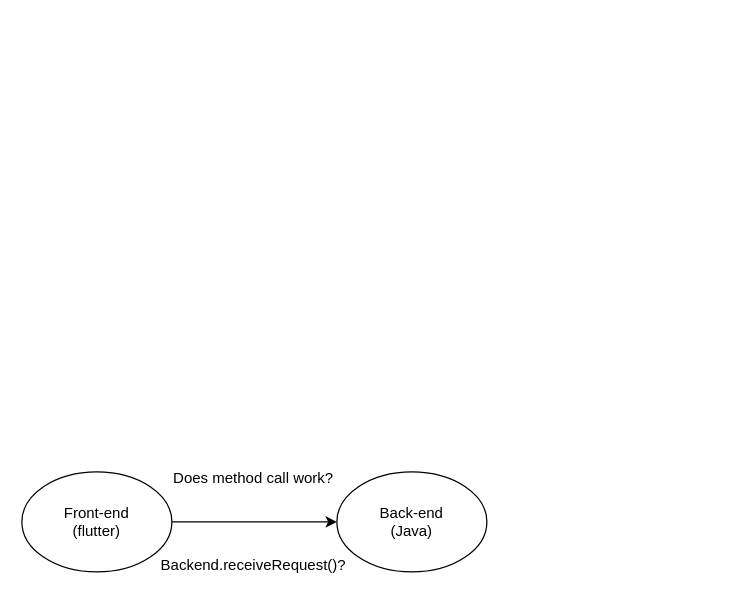
mohsenkamini/SBU_AP_Project_Java keeps this draw.io diagram as API Diagrams.drawio. Above is the earlier version. Source tidied: cells renumbered, new cells numbered last; positions are measured from the earlier drawing's top-left corner, leaving out a move shared by most shapes. Both pictures are drawn from the tidied source at 125%, with x=0, y=0 at pixel (21, 459).
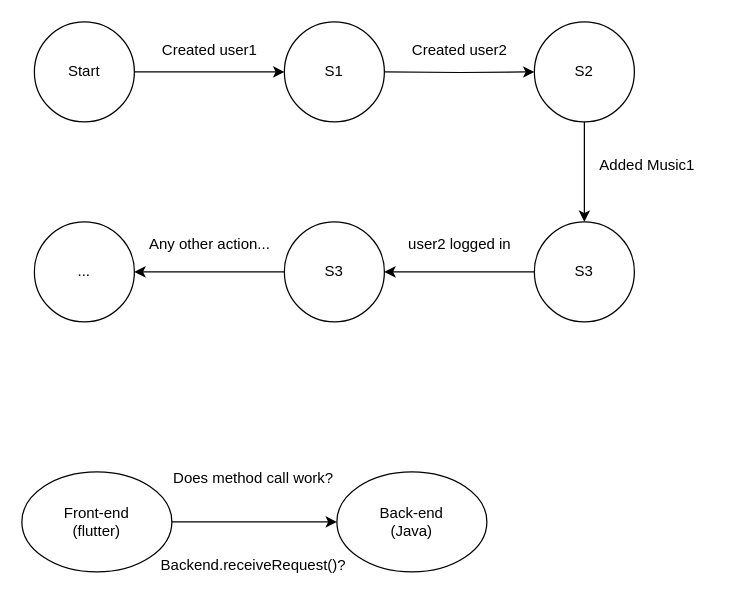
Above is the later version.

The edit, as a diff of the source:
```diff
@@
+    <mxCell id="7" style="edgeStyle=orthogonalEdgeStyle;rounded=0;jettySize=auto;html=1;" parent="1" edge="1" source="8" target="9">
+      <mxGeometry relative="1" as="geometry" />
+    </mxCell>
+    <mxCell id="8" value="Start" style="ellipse;whiteSpace=wrap;html=1;" parent="1" vertex="1">
+      <mxGeometry x="10" y="-350" width="80" height="80" as="geometry" />
+    </mxCell>
+    <mxCell id="9" value="S1" style="ellipse;whiteSpace=wrap;html=1;" parent="1" vertex="1">
+      <mxGeometry x="210" y="-350" width="80" height="80" as="geometry" />
+    </mxCell>
+    <mxCell id="10" value="Created user1" style="text;html=1;align=center;verticalAlign=middle;strokeColor=none;fillColor=none;" parent="1" vertex="1">
+      <mxGeometry x="100" y="-342" width="100" height="30" as="geometry" />
+    </mxCell>
+    <mxCell id="11" style="edgeStyle=orthogonalEdgeStyle;rounded=0;jettySize=auto;html=1;" parent="1" edge="1" target="13">
+      <mxGeometry relative="1" as="geometry">
+        <mxPoint x="290" y="-310" as="sourcePoint" />
+      </mxGeometry>
+    </mxCell>
+    <mxCell id="12" style="edgeStyle=orthogonalEdgeStyle;rounded=0;jettySize=auto;html=1;" parent="1" edge="1" source="13" target="16">
+      <mxGeometry relative="1" as="geometry" />
+    </mxCell>
+    <mxCell id="13" value="S2" style="ellipse;whiteSpace=wrap;html=1;" parent="1" vertex="1">
+      <mxGeometry x="410" y="-350" width="80" height="80" as="geometry" />
+    </mxCell>
+    <mxCell id="14" value="Created user2" style="text;html=1;align=center;verticalAlign=middle;strokeColor=none;fillColor=none;" parent="1" vertex="1">
+      <mxGeometry x="300" y="-342" width="100" height="30" as="geometry" />
+    </mxCell>
+    <mxCell id="15" style="edgeStyle=orthogonalEdgeStyle;rounded=0;jettySize=auto;html=1;" parent="1" edge="1" source="16" target="19">
+      <mxGeometry relative="1" as="geometry" />
+    </mxCell>
+    <mxCell id="16" value="S3" style="ellipse;whiteSpace=wrap;html=1;" parent="1" vertex="1">
+      <mxGeometry x="410" y="-190" width="80" height="80" as="geometry" />
+    </mxCell>
+    <mxCell id="17" value="Added Music1" style="text;html=1;align=center;verticalAlign=middle;strokeColor=none;fillColor=none;" parent="1" vertex="1">
+      <mxGeometry x="450" y="-250" width="100" height="30" as="geometry" />
+    </mxCell>
+    <mxCell id="18" style="edgeStyle=orthogonalEdgeStyle;rounded=0;jettySize=auto;html=1;" parent="1" edge="1" source="19" target="21">
+      <mxGeometry relative="1" as="geometry" />
+    </mxCell>
+    <mxCell id="19" value="S3" style="ellipse;whiteSpace=wrap;html=1;" parent="1" vertex="1">
+      <mxGeometry x="210" y="-190" width="80" height="80" as="geometry" />
+    </mxCell>
+    <mxCell id="20" value="user2 logged in" style="text;html=1;align=center;verticalAlign=middle;strokeColor=none;fillColor=none;" parent="1" vertex="1">
+      <mxGeometry x="295" y="-187" width="110" height="30" as="geometry" />
+    </mxCell>
+    <mxCell id="21" value="..." style="ellipse;whiteSpace=wrap;html=1;" parent="1" vertex="1">
+      <mxGeometry x="10" y="-190" width="80" height="80" as="geometry" />
+    </mxCell>
+    <mxCell id="22" value="Any other action..." style="text;html=1;align=center;verticalAlign=middle;strokeColor=none;fillColor=none;" parent="1" vertex="1">
+      <mxGeometry x="90" y="-187" width="120" height="30" as="geometry" />
+    </mxCell>
```
